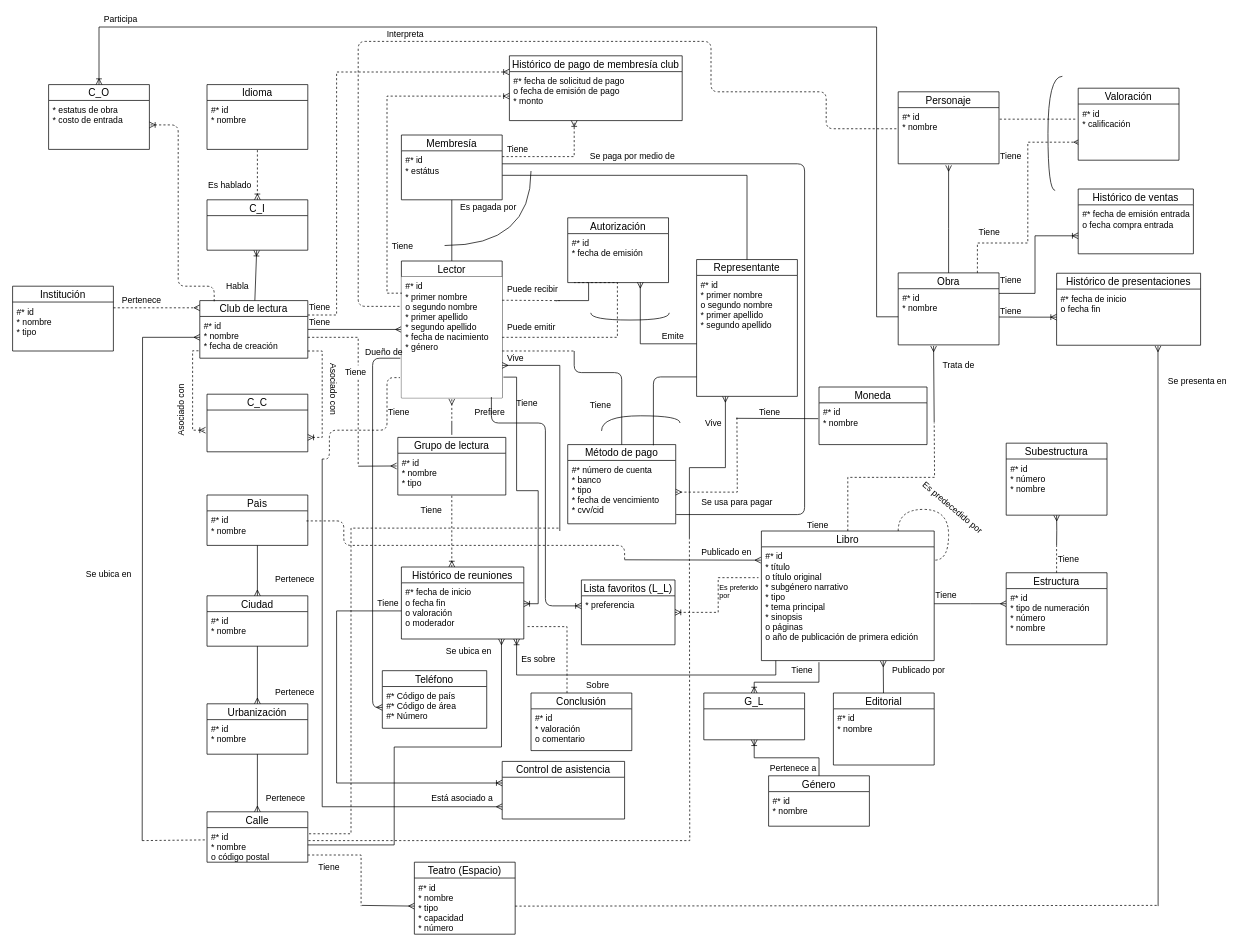
Before: DB I/Hopefully this will be the last ER.drawio in NeutronBlast/IS-Ex, a draw.io diagram. Source tidied: cells renumbered, new cells numbered last; positions are measured from the earlier drawing's top-left corner, leaving out a move shared by most shapes. Both pictures are drawn from the tidied source at 72%, with x=0, y=0 at pixel (12, 12).
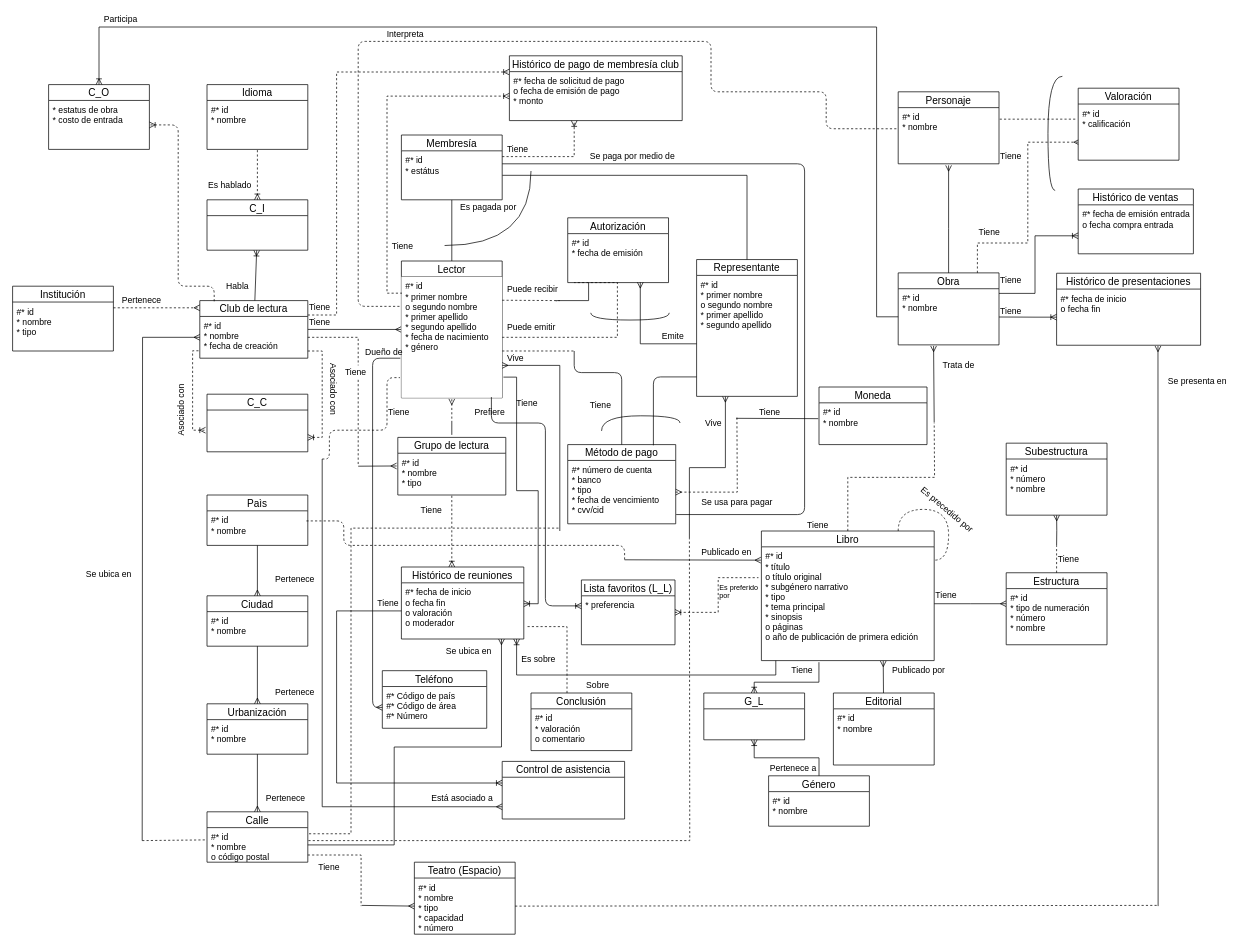
The same page after the edit.

Commit message:
precidionado kappa

What changed in the source:
```diff
@@
-    <mxCell id="128" value="Es predecedido por" style="text;html=1;align=left;verticalAlign=top;spacingTop=-4;rotation=40;" parent="1" vertex="1">
-      <mxGeometry x="1250" y="682" width="120" height="20" as="geometry" />
+    <mxCell id="128" value="Es precedido por" style="text;html=1;align=left;verticalAlign=top;spacingTop=-4;rotation=40;" parent="1" vertex="1">
+      <mxGeometry x="1250" y="682" width="100" height="20" as="geometry" />
     </mxCell>
```
